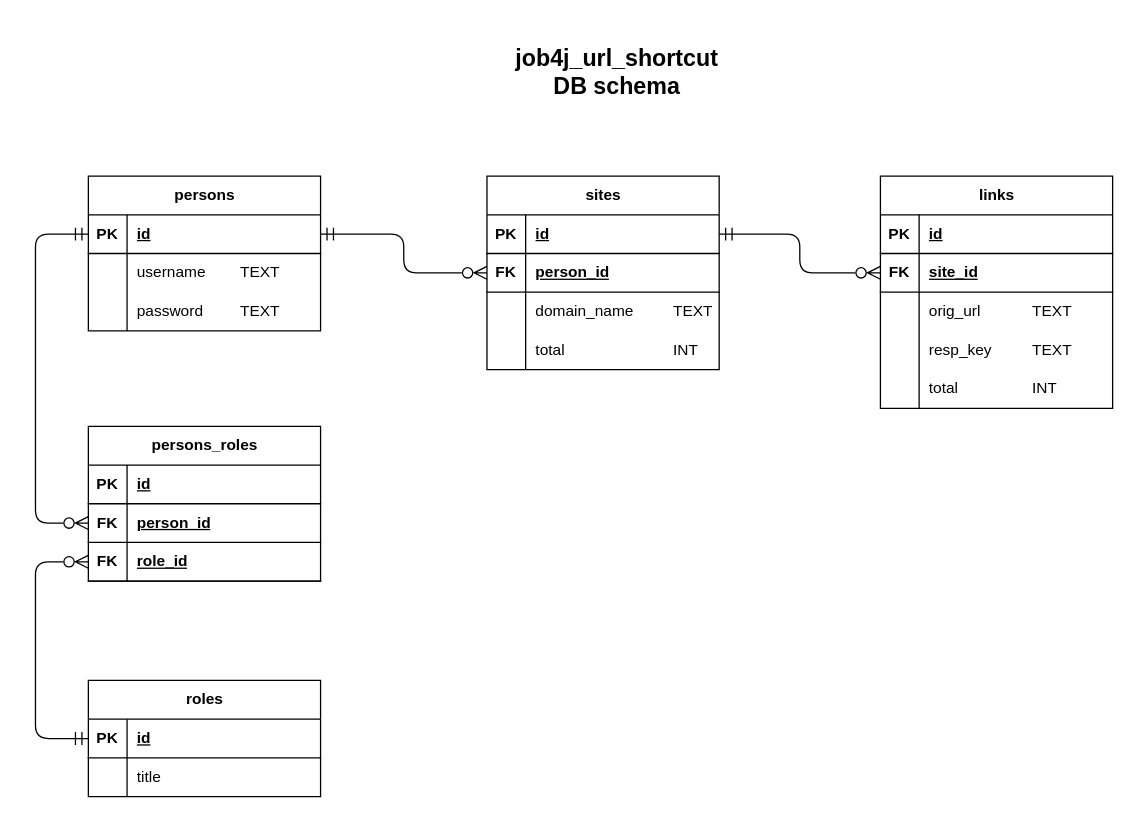
Earlier version of the draw.io diagram src/main/resources/database/url_shortcut_diagram.drawio (MikhailChrn/job4j_url_shortcut). Source tidied: cells renumbered, new cells numbered last; positions are measured from the earlier drawing's top-left corner, leaving out a move shared by most shapes. Both pictures are drawn from the tidied source at 129%, with x=0, y=0 at pixel (35, 22).
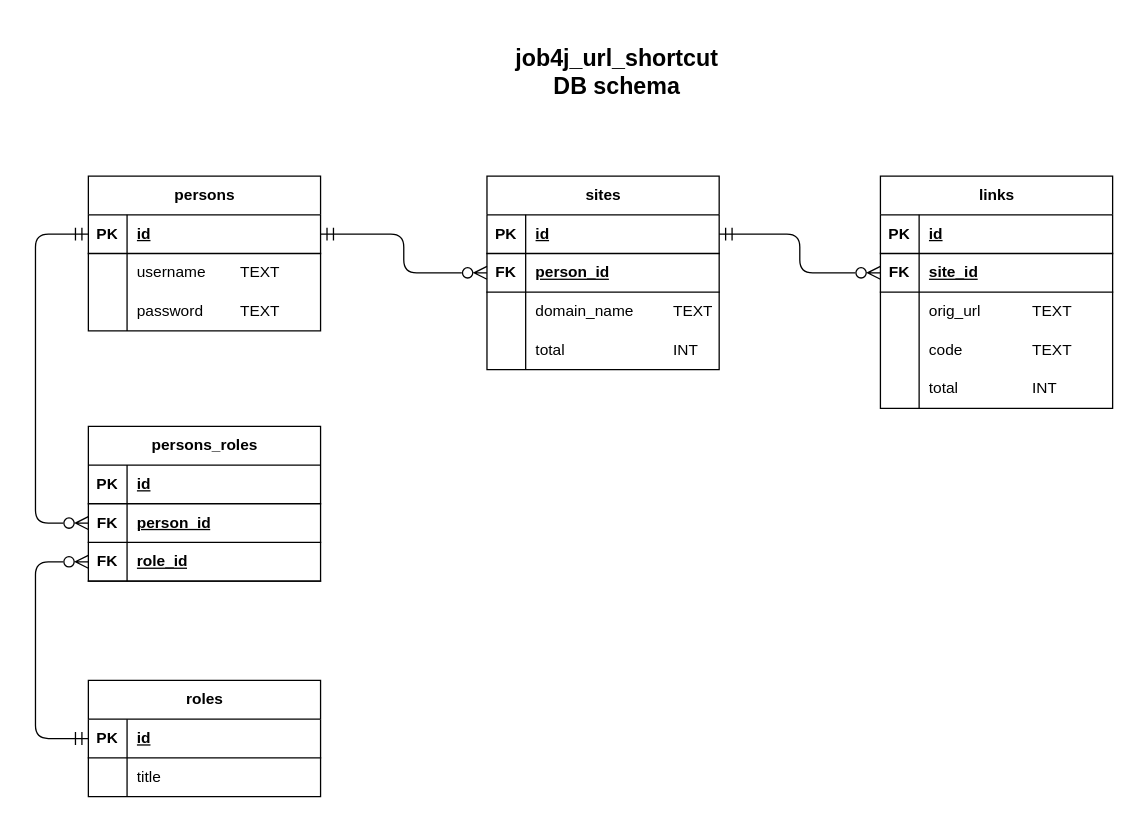
The same diagram, later.

Unchanged cells that the change refers to:
```xml
<mxCell id="13" style="shape=tableRow;horizontal=0;startSize=0;swimlaneHead=0;swimlaneBody=0;fillColor=none;top=0;left=0;right=0;bottom=0;" parent="3" vertex="1">
  <mxGeometry y="120" width="180" height="30" as="geometry" />
</mxCell>
```

Change to the diagram source:
```diff
@@
-    <mxCell id="15" value="resp_key&lt;span style=&quot;white-space: pre;&quot;&gt;&lt;span style=&quot;white-space: pre;&quot;&gt;&#9;&lt;/span&gt;&lt;span style=&quot;white-space: pre;&quot;&gt;&#9;&lt;/span&gt;&lt;/span&gt;TEXT" style="shape=partialRectangle;fillColor=none;top=0;left=0;bottom=0;right=0;align=left;spacingLeft=6;overflow=hidden;whiteSpace=wrap;html=1;" parent="13" vertex="1">
+    <mxCell id="15" value="code&lt;span style=&quot;white-space: pre;&quot;&gt;&lt;span style=&quot;white-space: pre;&quot;&gt;&#9;&lt;span style=&quot;white-space: pre;&quot;&gt;&#9;&lt;/span&gt;&lt;/span&gt;&lt;/span&gt;TEXT" style="shape=partialRectangle;fillColor=none;top=0;left=0;bottom=0;right=0;align=left;spacingLeft=6;overflow=hidden;whiteSpace=wrap;html=1;" parent="13" vertex="1">
       <mxGeometry x="30" width="150" height="30" as="geometry" />
     </mxCell>
```
